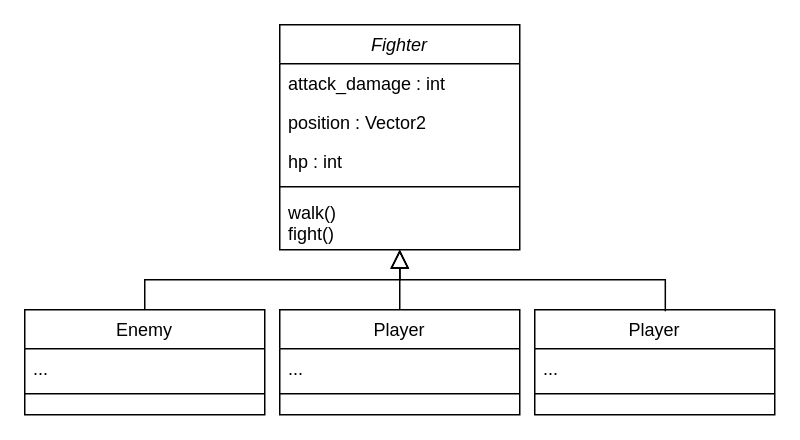
Earlier version of the draw.io diagram inheritance_delegation_second_example_bad.drawio (penguincarol/rattle). Source tidied: cells renumbered, new cells numbered last; positions are measured from the earlier drawing's top-left corner, leaving out a move shared by most shapes. Both pictures are drawn from the tidied source at 150%, with x=0, y=0 at pixel (24, 24).
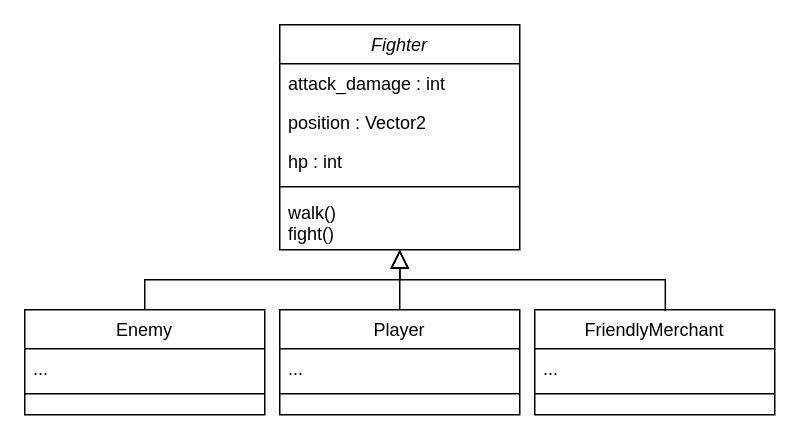
After the change.

Diff of the diagram source:
```diff
@@
-    <mxCell id="16" value="Player" style="swimlane;fontStyle=0;align=center;verticalAlign=top;horizontal=1;startSize=26;rounded=0;shadow=0;strokeWidth=1;" parent="1" vertex="1">
+    <mxCell id="16" value="FriendlyMerchant" style="swimlane;fontStyle=0;align=center;verticalAlign=top;horizontal=1;startSize=26;rounded=0;shadow=0;strokeWidth=1;" parent="1" vertex="1">
       <mxGeometry x="340" y="190" width="160" height="70" as="geometry" />
     </mxCell>
```
